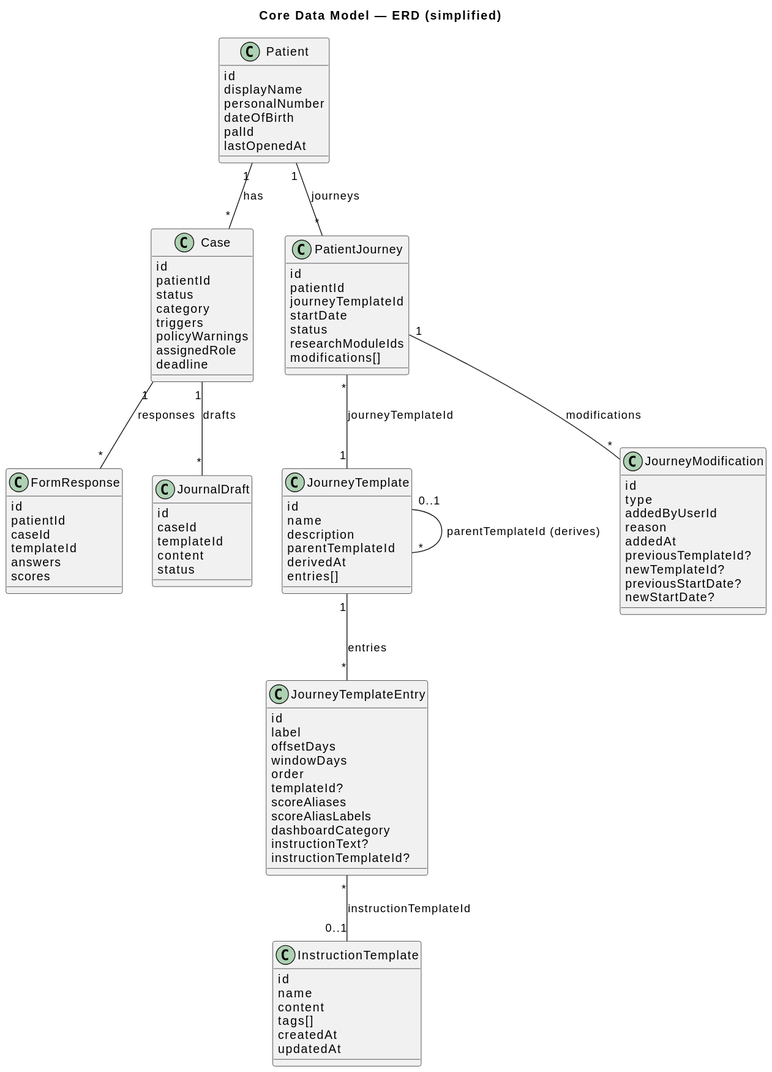
Above: docs/diagrams/core-data-model.svg in gforge/DUK (PlantUML), before the change.
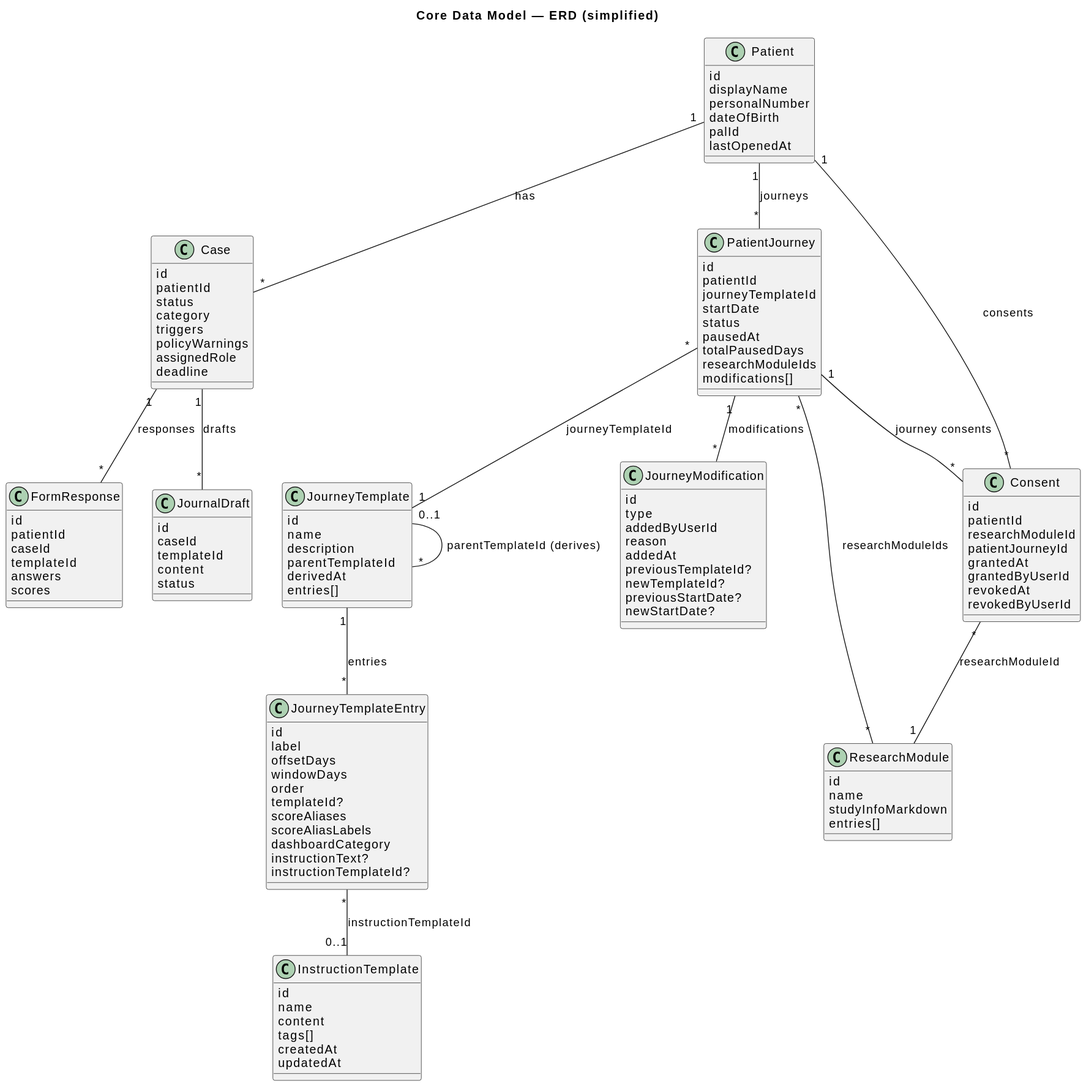
The same diagram one commit later.

What changed in the source:
```diff
@@ -27,6 +27,8 @@
   journeyTemplateId
   startDate
   status
+  pausedAt
+  totalPausedDays
   researchModuleIds
   modifications[]
 }
@@ -75,6 +77,24 @@
   newStartDate?
 }
 
+class ResearchModule {
+  id
+  name
+  studyInfoMarkdown
+  entries[]
+}
+
+class Consent {
+  id
+  patientId
+  researchModuleId
+  patientJourneyId
+  grantedAt
+  grantedByUserId
+  revokedAt
+  revokedByUserId
+}
+
 class FormResponse {
   id
   patientId
@@ -94,11 +114,15 @@
 
 Patient "1" -- "*" Case : has
 Patient "1" -- "*" PatientJourney : journeys
+Patient "1" -- "*" Consent : consents
 Case "1" -- "*" FormResponse : responses
 Case "1" -- "*" JournalDraft : drafts
 JourneyTemplate "1" -- "*" JourneyTemplateEntry : entries
 JourneyTemplate "0..1" -- "*" JourneyTemplate : parentTemplateId (derives)
 PatientJourney "*" -- "1" JourneyTemplate : journeyTemplateId
 PatientJourney "1" -- "*" JourneyModification : modifications
+PatientJourney "1" -- "*" Consent : journey consents
+PatientJourney "*" -- "*" ResearchModule : researchModuleIds
 JourneyTemplateEntry "*" -- "0..1" InstructionTemplate : instructionTemplateId
+Consent "*" -- "1" ResearchModule : researchModuleId
 @enduml
```
